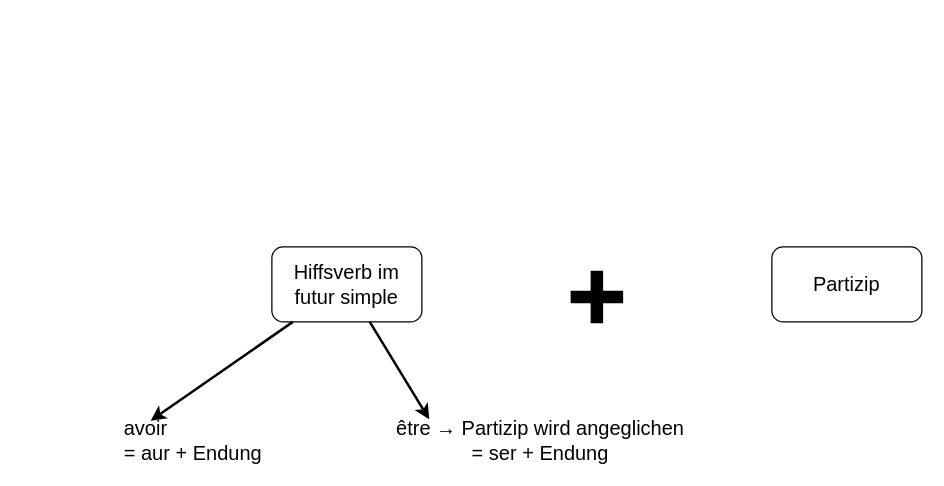
This is _Sonstige_/Diagramme/XML/le futur antérieur.drawio from Maxbleibtgeheim/WBS-Norderstedt, a draw.io file, before an edit. Source tidied: cells renumbered, new cells numbered last; positions are measured from the earlier drawing's top-left corner, leaving out a move shared by most shapes. Both pictures are drawn from the tidied source at 125%, with x=0, y=0 at pixel (121, 246).
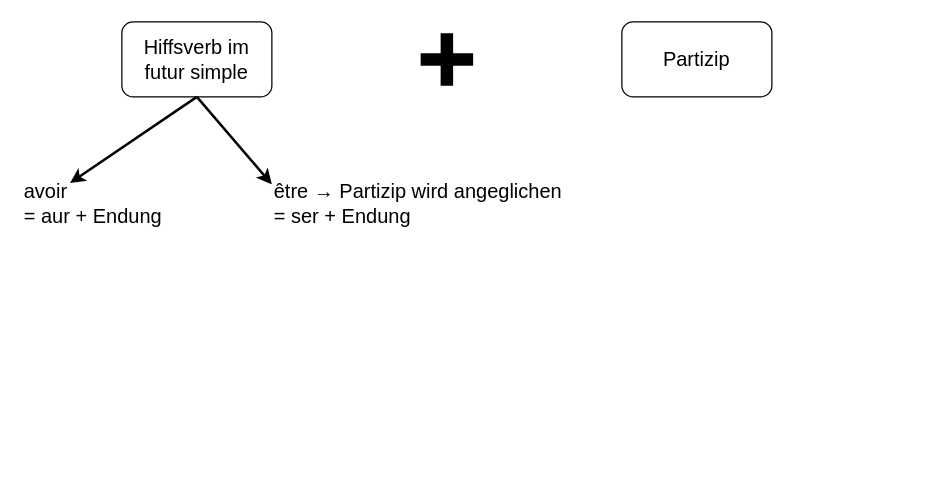
The same diagram, later.

Change to the diagram source:
```diff
@@
 <mxGraphModel>
   <root>
     <mxCell id="0" />
     <mxCell id="1" parent="0" />
     <mxCell id="2" value="&lt;div&gt;&lt;font style=&quot;font-size: 16px;&quot;&gt;Hiffsverb im&lt;/font&gt;&lt;/div&gt;&lt;div&gt;&lt;font style=&quot;font-size: 16px;&quot;&gt;futur simple&lt;br&gt;&lt;/font&gt;&lt;/div&gt;" style="rounded=1;whiteSpace=wrap;html=1;" parent="1" vertex="1">
-      <mxGeometry x="120" width="120" height="60" as="geometry" />
+      <mxGeometry y="-180" width="120" height="60" as="geometry" />
     </mxCell>
     <mxCell id="3" value="&lt;font style=&quot;font-size: 16px;&quot;&gt;Partizip&lt;/font&gt;" style="rounded=1;whiteSpace=wrap;html=1;" parent="1" vertex="1">
-      <mxGeometry x="520" width="120" height="60" as="geometry" />
+      <mxGeometry x="400" y="-180" width="120" height="60" as="geometry" />
     </mxCell>
     <mxCell id="4" value="&lt;div align=&quot;left&quot;&gt;&lt;font style=&quot;font-size: 16px;&quot;&gt;avoir&lt;/font&gt;&lt;/div&gt;&lt;div align=&quot;left&quot;&gt;&lt;font style=&quot;font-size: 16px;&quot;&gt;= aur + Endung&lt;br&gt;&lt;/font&gt;&lt;/div&gt;" style="text;html=1;align=left;verticalAlign=middle;whiteSpace=wrap;rounded=0;" parent="1" vertex="1">
-      <mxGeometry y="140" width="120" height="30" as="geometry" />
+      <mxGeometry x="-80" y="-50" width="120" height="30" as="geometry" />
     </mxCell>
-    <mxCell id="5" value="&lt;div&gt;&lt;font style=&quot;font-size: 16px;&quot;&gt;être → Partizip wird angeglichen&lt;/font&gt;&lt;/div&gt;&lt;div&gt;&lt;font style=&quot;font-size: 16px;&quot;&gt;= ser + Endung&lt;br&gt;&lt;/font&gt;&lt;/div&gt;" style="text;html=1;align=center;verticalAlign=middle;whiteSpace=wrap;rounded=0;" parent="1" vertex="1">
-      <mxGeometry x="200" y="140" width="270" height="30" as="geometry" />
+    <mxCell id="5" value="&lt;div align=&quot;left&quot;&gt;&lt;font style=&quot;font-size: 16px;&quot;&gt;être → Partizip wird angeglichen&lt;/font&gt;&lt;/div&gt;&lt;div align=&quot;left&quot;&gt;&lt;font style=&quot;font-size: 16px;&quot;&gt;= ser + Endung&lt;br&gt;&lt;/font&gt;&lt;/div&gt;" style="text;html=1;align=left;verticalAlign=middle;whiteSpace=wrap;rounded=0;" parent="1" vertex="1">
+      <mxGeometry x="120" y="-50" width="270" height="30" as="geometry" />
     </mxCell>
-    <mxCell id="6" style="rounded=0;jettySize=auto;html=1;entryX=0.192;entryY=-0.033;entryDx=0;entryDy=0;entryPerimeter=0;strokeWidth=2;" parent="1" edge="1" source="2" target="4">
-      <mxGeometry relative="1" as="geometry" />
+    <mxCell id="6" style="rounded=0;jettySize=auto;html=1;entryX=0.192;entryY=-0.033;entryDx=0;entryDy=0;entryPerimeter=0;strokeWidth=2;exitX=0.5;exitY=1;exitDx=0;exitDy=0;" parent="1" edge="1" source="2">
+      <mxGeometry relative="1" as="geometry">
+        <mxPoint x="-41.5" y="-51" as="targetPoint" />
+      </mxGeometry>
     </mxCell>
-    <mxCell id="7" style="rounded=0;jettySize=auto;html=1;entryX=0.17;entryY=-0.067;entryDx=0;entryDy=0;entryPerimeter=0;strokeWidth=2;" parent="1" edge="1" source="2" target="5">
+    <mxCell id="7" style="rounded=0;jettySize=auto;html=1;entryX=0;entryY=0;entryDx=0;entryDy=0;strokeWidth=2;exitX=0.5;exitY=1;exitDx=0;exitDy=0;" parent="1" edge="1" source="2" target="5">
       <mxGeometry relative="1" as="geometry" />
     </mxCell>
     <mxCell id="8" style="shape=cross;whiteSpace=wrap;html=1;fillColor=#000000;fillStyle=solid;strokeWidth=2;" parent="1" vertex="1">
-      <mxGeometry x="360" y="20" width="40" height="40" as="geometry" />
+      <mxGeometry x="240" y="-170" width="40" height="40" as="geometry" />
     </mxCell>
   </root>
 </mxGraphModel>
```
